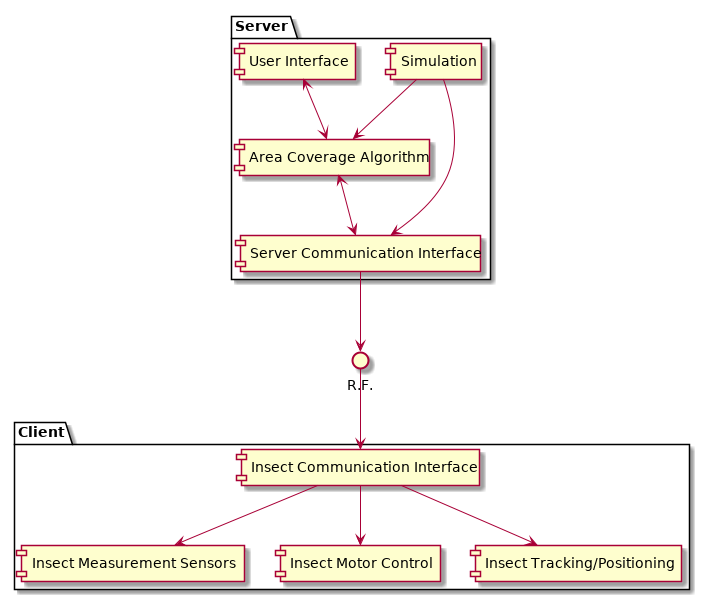
Earlier version of the PlantUML export Doc/System Design/diagram/component-diagram.png (apanesarr/capstone).
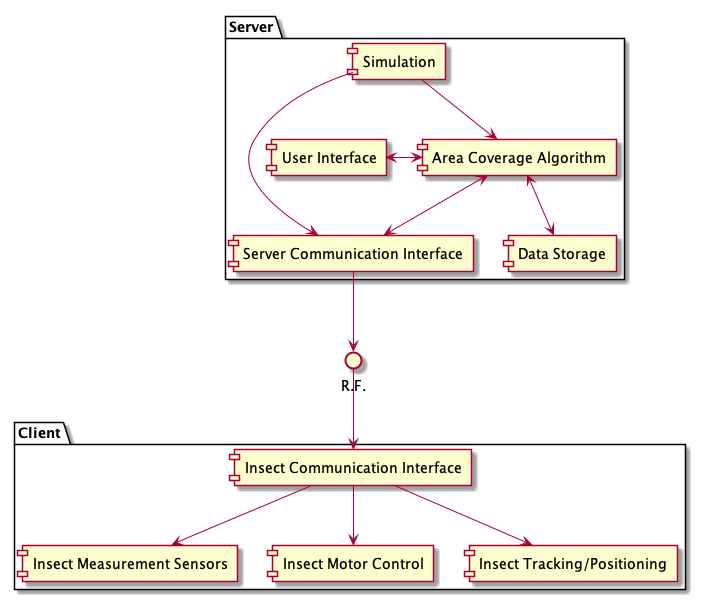
After the commit.

Change to the diagram source:
```diff
@@ -4,11 +4,13 @@
     [Area Coverage Algorithm]
     [User Interface]
     [Server Communication Interface]
+    [Data Storage]
 }
 
 [Simulation] --> [Area Coverage Algorithm]
 [Area Coverage Algorithm] <--> [Server Communication Interface]
-[User Interface] <--> [Area Coverage Algorithm]
+[Area Coverage Algorithm] <--> [Data Storage]
+[User Interface] <-right-> [Area Coverage Algorithm]
 [Simulation] --> [Server Communication Interface]
 
 package "Client" {
```
